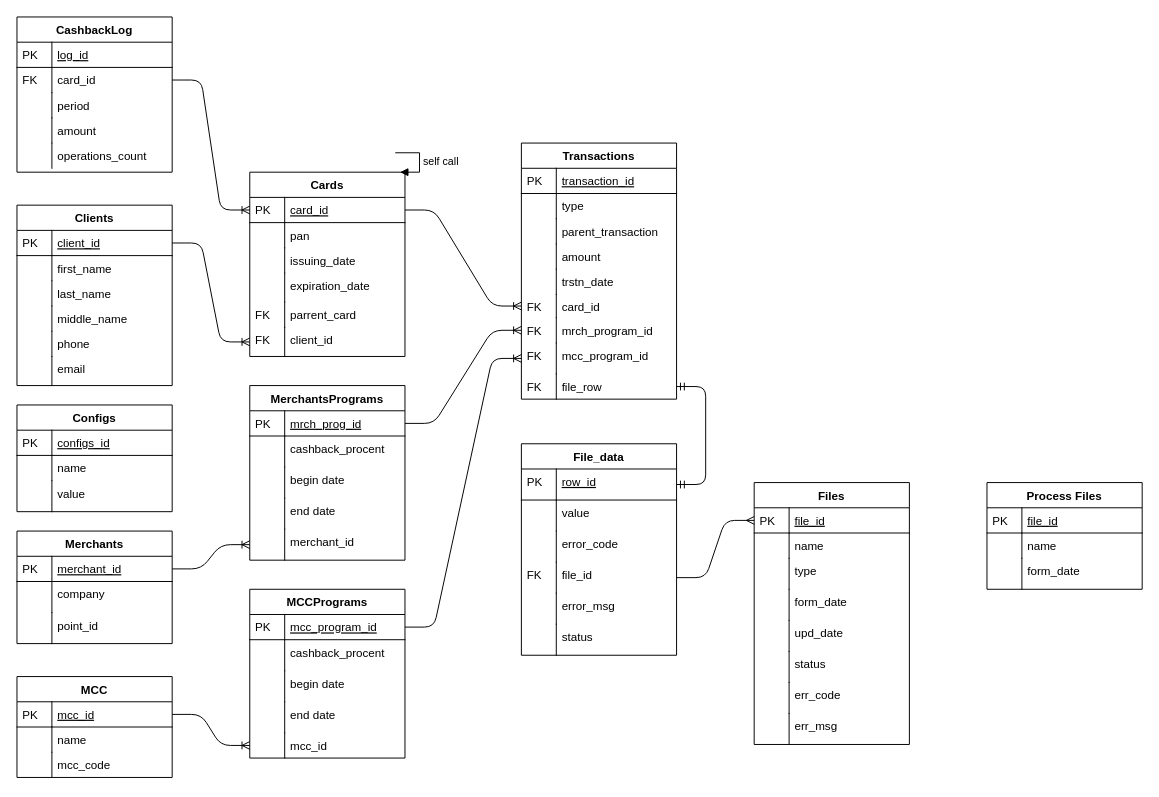
Before: project er-model.drawio in AndrewBrenev/LoyaltySystemDB, a draw.io diagram. Source tidied: cells renumbered, new cells numbered last; positions are measured from the earlier drawing's top-left corner, leaving out a move shared by most shapes. Both pictures are drawn from the tidied source at 97%, with x=0, y=0 at pixel (16, 16).
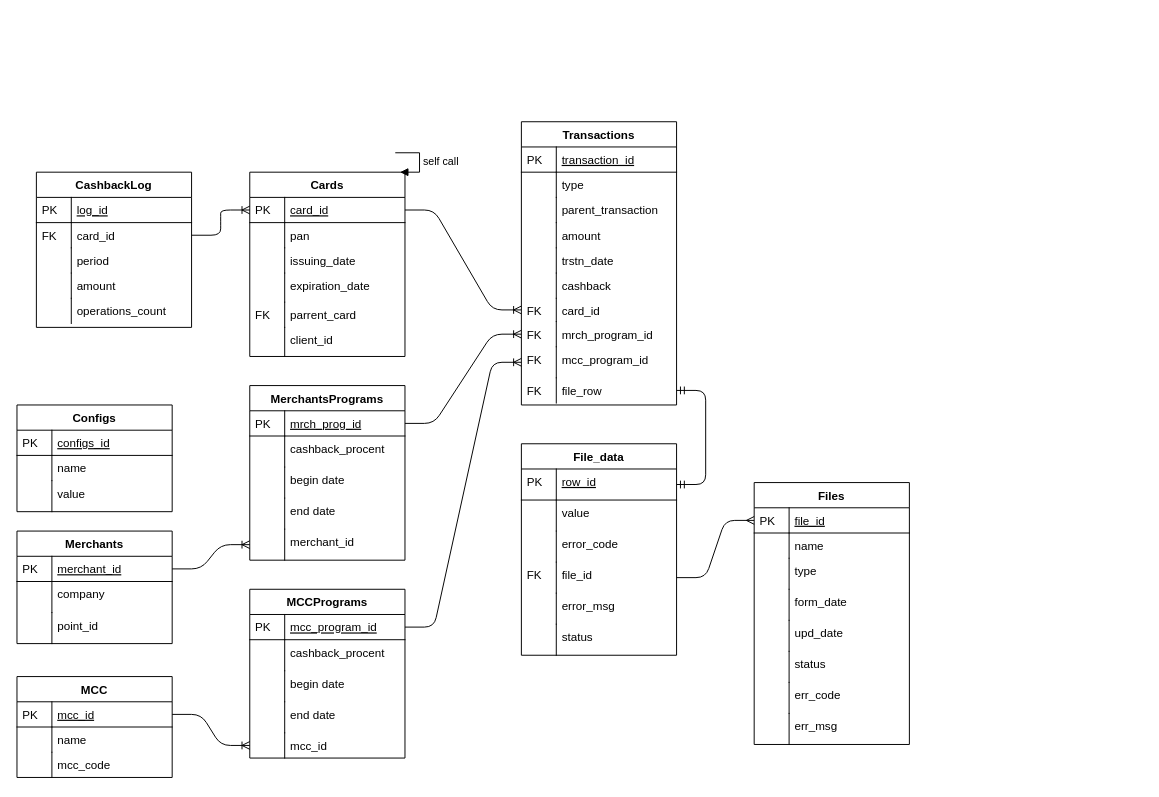
Above is the later version.

The change refers to these unchanged cells:
```xml
<mxCell id="34" value="client_id" style="shape=partialRectangle;top=0;left=0;right=0;bottom=0;align=left;verticalAlign=top;fillColor=none;spacingLeft=40;spacingRight=4;overflow=hidden;points=[[0,0.5],[1,0.5]];portConstraint=eastwest;rounded=0;shadow=0;strokeWidth=1;" parent="23" vertex="1">
  <mxGeometry y="160" width="160" height="30" as="geometry" />
</mxCell>
```

The edit, as a diff of the source:
```diff
@@
     <mxCell id="3" value="Transactions" style="swimlane;fontStyle=1;horizontal=1;startSize=26;rounded=0;shadow=0;strokeWidth=1;" parent="1" vertex="1">
-      <mxGeometry x="520" y="130" width="160" height="264" as="geometry" />
+      <mxGeometry x="520" y="108" width="160" height="292" as="geometry" />
     </mxCell>
@@
+    <mxCell id="148" value="cashback" style="shape=partialRectangle;top=0;left=0;right=0;bottom=0;align=left;verticalAlign=top;fillColor=none;spacingLeft=40;spacingRight=4;overflow=hidden;rounded=0;shadow=0;strokeWidth=1;" parent="3" vertex="1">
+      <mxGeometry y="156" width="160" height="26" as="geometry" />
+    </mxCell>
+    <mxCell id="149" style="shape=partialRectangle;top=0;left=0;bottom=0;fillColor=none;align=left;verticalAlign=top;spacingLeft=4;spacingRight=4;overflow=hidden;" parent="148" vertex="1">
+      <mxGeometry width="36" height="26" as="geometry" />
+    </mxCell>
     <mxCell id="14" value="card_id" style="shape=partialRectangle;top=0;left=0;right=0;bottom=0;align=left;verticalAlign=top;fillColor=none;spacingLeft=40;spacingRight=4;overflow=hidden;points=[[0,0.5],[1,0.5]];portConstraint=eastwest;rounded=0;shadow=0;strokeWidth=1;" parent="3" vertex="1">
-      <mxGeometry y="156" width="160" height="24" as="geometry" />
+      <mxGeometry y="182" width="160" height="24" as="geometry" />
     </mxCell>
@@
     <mxCell id="16" value="mrch_program_id" style="shape=partialRectangle;top=0;left=0;right=0;bottom=0;align=left;verticalAlign=top;fillColor=none;spacingLeft=40;spacingRight=4;overflow=hidden;points=[[0,0.5],[1,0.5]];portConstraint=eastwest;rounded=0;shadow=0;strokeWidth=1;" parent="3" vertex="1">
-      <mxGeometry y="180" width="160" height="26" as="geometry" />
+      <mxGeometry y="206" width="160" height="26" as="geometry" />
     </mxCell>
@@
     <mxCell id="18" value="mcc_program_id" style="shape=partialRectangle;top=0;left=0;right=0;bottom=0;align=left;verticalAlign=top;fillColor=none;spacingLeft=40;spacingRight=4;overflow=hidden;points=[[0,0.5],[1,0.5]];portConstraint=eastwest;rounded=0;shadow=0;strokeWidth=1;" parent="3" vertex="1">
-      <mxGeometry y="206" width="160" height="32" as="geometry" />
+      <mxGeometry y="232" width="160" height="32" as="geometry" />
     </mxCell>
@@
     <mxCell id="20" value="file_row" style="shape=partialRectangle;top=0;left=0;right=0;bottom=0;align=left;verticalAlign=top;fillColor=none;spacingLeft=40;spacingRight=4;overflow=hidden;points=[[0,0.5],[1,0.5]];portConstraint=eastwest;rounded=0;shadow=0;strokeWidth=1;" parent="3" vertex="1">
-      <mxGeometry y="238" width="160" height="26" as="geometry" />
+      <mxGeometry y="264" width="160" height="26" as="geometry" />
     </mxCell>
@@
-    <mxCell id="35" value="FK" style="shape=partialRectangle;top=0;left=0;bottom=0;fillColor=none;align=left;verticalAlign=top;spacingLeft=4;spacingRight=4;overflow=hidden;" parent="34" vertex="1">
+    <mxCell id="35" style="shape=partialRectangle;top=0;left=0;bottom=0;fillColor=none;align=left;verticalAlign=top;spacingLeft=4;spacingRight=4;overflow=hidden;" parent="34" vertex="1">
       <mxGeometry width="36" height="30" as="geometry" />
     </mxCell>
-    <mxCell id="36" value="Clients" style="swimlane;fontStyle=1;horizontal=1;startSize=26;rounded=0;shadow=0;strokeWidth=1;" parent="1" vertex="1">
-      <mxGeometry y="194" width="160" height="186" as="geometry" />
-    </mxCell>
-    <mxCell id="37" value="client_id" style="shape=partialRectangle;top=0;left=0;right=0;bottom=1;align=left;verticalAlign=top;fillColor=none;spacingLeft=40;spacingRight=4;overflow=hidden;points=[[0,0.5],[1,0.5]];portConstraint=eastwest;rounded=0;shadow=0;strokeWidth=1;fontStyle=4;" parent="36" vertex="1">
-      <mxGeometry y="26" width="160" height="26" as="geometry" />
-    </mxCell>
-    <mxCell id="38" value="PK" style="shape=partialRectangle;top=0;left=0;bottom=0;fillColor=none;align=left;verticalAlign=top;spacingLeft=4;spacingRight=4;overflow=hidden;" parent="37" vertex="1">
-      <mxGeometry width="36" height="26" as="geometry" />
-    </mxCell>
-    <mxCell id="39" value="first_name" style="shape=partialRectangle;top=0;left=0;right=0;bottom=0;align=left;verticalAlign=top;fillColor=none;spacingLeft=40;spacingRight=4;overflow=hidden;rounded=0;shadow=0;strokeWidth=1;" parent="36" vertex="1">
-      <mxGeometry y="52" width="160" height="26" as="geometry" />
-    </mxCell>
-    <mxCell id="40" style="shape=partialRectangle;top=0;left=0;bottom=0;fillColor=none;align=left;verticalAlign=top;spacingLeft=4;spacingRight=4;overflow=hidden;" parent="39" vertex="1">
-      <mxGeometry width="36" height="26" as="geometry" />
-    </mxCell>
-    <mxCell id="41" value="last_name" style="shape=partialRectangle;top=0;left=0;right=0;bottom=0;align=left;verticalAlign=top;fillColor=none;spacingLeft=40;spacingRight=4;overflow=hidden;rounded=0;shadow=0;strokeWidth=1;" parent="36" vertex="1">
-      <mxGeometry y="78" width="160" height="26" as="geometry" />
-    </mxCell>
-    <mxCell id="42" style="shape=partialRectangle;top=0;left=0;bottom=0;fillColor=none;align=left;verticalAlign=top;spacingLeft=4;spacingRight=4;overflow=hidden;" parent="41" vertex="1">
-      <mxGeometry width="36" height="26" as="geometry" />
-    </mxCell>
-    <mxCell id="43" value="middle_name" style="shape=partialRectangle;top=0;left=0;right=0;bottom=0;align=left;verticalAlign=top;fillColor=none;spacingLeft=40;spacingRight=4;overflow=hidden;rounded=0;shadow=0;strokeWidth=1;" parent="36" vertex="1">
-      <mxGeometry y="104" width="160" height="26" as="geometry" />
-    </mxCell>
-    <mxCell id="44" style="shape=partialRectangle;top=0;left=0;bottom=0;fillColor=none;align=left;verticalAlign=top;spacingLeft=4;spacingRight=4;overflow=hidden;" parent="43" vertex="1">
-      <mxGeometry width="36" height="26" as="geometry" />
-    </mxCell>
-    <mxCell id="45" value="phone" style="shape=partialRectangle;top=0;left=0;right=0;bottom=0;align=left;verticalAlign=top;fillColor=none;spacingLeft=40;spacingRight=4;overflow=hidden;rounded=0;shadow=0;strokeWidth=1;" parent="36" vertex="1">
-      <mxGeometry y="130" width="160" height="26" as="geometry" />
-    </mxCell>
-    <mxCell id="46" style="shape=partialRectangle;top=0;left=0;bottom=0;fillColor=none;align=left;verticalAlign=top;spacingLeft=4;spacingRight=4;overflow=hidden;" parent="45" vertex="1">
-      <mxGeometry width="36" height="26" as="geometry" />
-    </mxCell>
-    <mxCell id="47" value="email" style="shape=partialRectangle;top=0;left=0;right=0;bottom=0;align=left;verticalAlign=top;fillColor=none;spacingLeft=40;spacingRight=4;overflow=hidden;rounded=0;shadow=0;strokeWidth=1;" parent="36" vertex="1">
-      <mxGeometry y="156" width="160" height="30" as="geometry" />
-    </mxCell>
-    <mxCell id="48" style="shape=partialRectangle;top=0;left=0;bottom=0;fillColor=none;align=left;verticalAlign=top;spacingLeft=4;spacingRight=4;overflow=hidden;" parent="47" vertex="1">
-      <mxGeometry width="36" height="30" as="geometry" />
-    </mxCell>
@@
     <mxCell id="67" value="CashbackLog" style="swimlane;fontStyle=1;horizontal=1;startSize=26;rounded=0;shadow=0;strokeWidth=1;" parent="1" vertex="1">
-      <mxGeometry width="160" height="160" as="geometry" />
+      <mxGeometry x="20" y="160" width="160" height="160" as="geometry" />
     </mxCell>
@@
-    <mxCell id="104" style="edgeStyle=entityRelationEdgeStyle;fontSize=12;html=1;endArrow=ERoneToMany;exitX=1;exitY=0.5;exitDx=0;exitDy=0;entryX=0;entryY=0.5;entryDx=0;entryDy=0;" parent="1" edge="1" source="37" target="34">
-      <mxGeometry relative="1" as="geometry" />
-    </mxCell>
@@
-    <mxCell id="141" value="Process Files" style="swimlane;fontStyle=1;horizontal=1;startSize=26;rounded=0;shadow=0;strokeWidth=1;" parent="1" vertex="1">
-      <mxGeometry x="1000" y="480" width="160" height="110" as="geometry" />
-    </mxCell>
-    <mxCell id="142" value="file_id" style="shape=partialRectangle;top=0;left=0;right=0;bottom=1;align=left;verticalAlign=top;fillColor=none;spacingLeft=40;spacingRight=4;overflow=hidden;rounded=0;shadow=0;strokeWidth=1;fontStyle=4;" parent="141" vertex="1">
-      <mxGeometry y="26" width="160" height="26" as="geometry" />
-    </mxCell>
-    <mxCell id="143" value="PK" style="shape=partialRectangle;top=0;left=0;bottom=0;fillColor=none;align=left;verticalAlign=top;spacingLeft=4;spacingRight=4;overflow=hidden;" parent="142" vertex="1">
-      <mxGeometry width="36" height="26" as="geometry" />
-    </mxCell>
-    <mxCell id="144" value="name" style="shape=partialRectangle;top=0;left=0;right=0;bottom=0;align=left;verticalAlign=top;fillColor=none;spacingLeft=40;spacingRight=4;overflow=hidden;rounded=0;shadow=0;strokeWidth=1;" parent="141" vertex="1">
-      <mxGeometry y="52" width="160" height="26" as="geometry" />
-    </mxCell>
-    <mxCell id="145" style="shape=partialRectangle;top=0;left=0;bottom=0;fillColor=none;align=left;verticalAlign=top;spacingLeft=4;spacingRight=4;overflow=hidden;" parent="144" vertex="1">
-      <mxGeometry width="36" height="26" as="geometry" />
-    </mxCell>
-    <mxCell id="146" value="form_date" style="shape=partialRectangle;top=0;left=0;right=0;bottom=0;align=left;verticalAlign=top;fillColor=none;spacingLeft=40;spacingRight=4;overflow=hidden;rounded=0;shadow=0;strokeWidth=1;" parent="141" vertex="1">
-      <mxGeometry y="78" width="160" height="32" as="geometry" />
-    </mxCell>
-    <mxCell id="147" style="shape=partialRectangle;top=0;left=0;bottom=0;fillColor=none;align=left;verticalAlign=top;spacingLeft=4;spacingRight=4;overflow=hidden;" parent="146" vertex="1">
-      <mxGeometry width="36" height="32" as="geometry" />
-    </mxCell>
```
